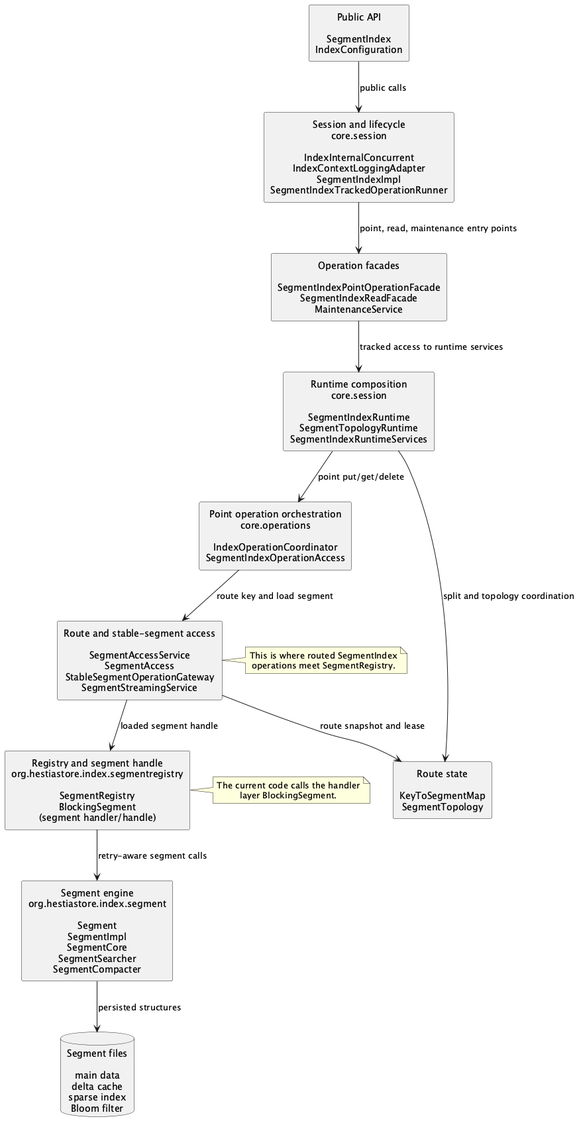
Earlier version of the PlantUML export docs/architecture/segmentindex/images/implementation-layers.png (jajir/HestiaStore).
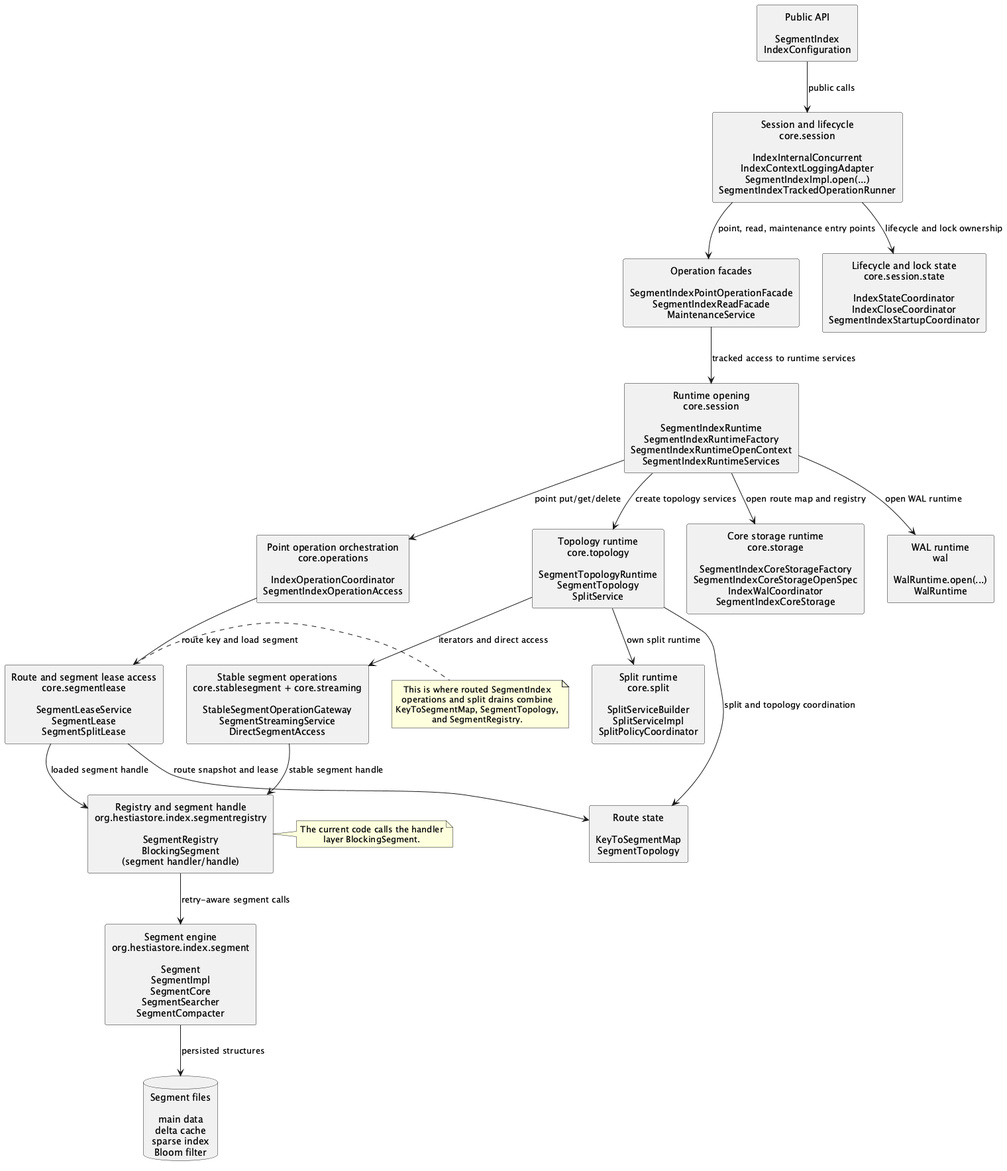
After the commit.

Diff of the diagram source:
```diff
@@ -1,4 +1,4 @@
-@startuml
+@startuml implementation-layers
 skinparam componentStyle rectangle
 skinparam shadowing false
 skinparam defaultTextAlignment center
@@ -6,15 +6,27 @@
 
 component "Public API\n\nSegmentIndex\nIndexConfiguration" as API
 
-component "Session and lifecycle\ncore.session\n\nIndexInternalConcurrent\nIndexContextLoggingAdapter\nSegmentIndexImpl\nSegmentIndexTrackedOperationRunner" as SESSION
+component "Session and lifecycle\ncore.session\n\nIndexInternalConcurrent\nIndexContextLoggingAdapter\nSegmentIndexImpl.open(...)\nSegmentIndexTrackedOperationRunner" as SESSION
+
+component "Lifecycle and lock state\ncore.session.state\n\nIndexStateCoordinator\nIndexCloseCoordinator\nSegmentIndexStartupCoordinator" as SESSION_STATE
 
 component "Operation facades\n\nSegmentIndexPointOperationFacade\nSegmentIndexReadFacade\nMaintenanceService" as FACADES
 
-component "Runtime composition\ncore.session\n\nSegmentIndexRuntime\nSegmentTopologyRuntime\nSegmentIndexRuntimeServices" as RUNTIME
+component "Runtime opening\ncore.session\n\nSegmentIndexRuntime\nSegmentIndexRuntimeFactory\nSegmentIndexRuntimeOpenContext\nSegmentIndexRuntimeServices" as RUNTIME
+
+component "Topology runtime\ncore.topology\n\nSegmentTopologyRuntime\nSegmentTopology\nSplitService" as TOPOLOGY_RUNTIME
+
+component "Core storage runtime\ncore.storage\n\nSegmentIndexCoreStorageFactory\nSegmentIndexCoreStorageOpenSpec\nIndexWalCoordinator\nSegmentIndexCoreStorage" as CORE_STORAGE
+
+component "Split runtime\ncore.split\n\nSplitServiceBuilder\nSplitServiceImpl\nSplitPolicyCoordinator" as SPLIT_RUNTIME
+
+component "WAL runtime\nwal\n\nWalRuntime.open(...)\nWalRuntime" as WAL_RUNTIME
 
 component "Point operation orchestration\ncore.operations\n\nIndexOperationCoordinator\nSegmentIndexOperationAccess" as OPERATIONS
 
-component "Route and stable-segment access\n\nSegmentAccessService\nSegmentAccess\nStableSegmentOperationGateway\nSegmentStreamingService" as ACCESS
+component "Route and segment lease access\ncore.segmentlease\n\nSegmentLeaseService\nSegmentLease\nSegmentSplitLease" as ACCESS
+
+component "Stable segment operations\ncore.stablesegment + core.streaming\n\nStableSegmentOperationGateway\nSegmentStreamingService\nDirectSegmentAccess" as STABLE_ACCESS
 
 component "Route state\n\nKeyToSegmentMap\nSegmentTopology" as ROUTE
 
@@ -25,20 +37,29 @@
 database "Segment files\n\nmain data\ndelta cache\nsparse index\nBloom filter" as FILES
 
 API --> SESSION : public calls
+SESSION --> SESSION_STATE : lifecycle and lock ownership
 SESSION --> FACADES : point, read, maintenance entry points
 FACADES --> RUNTIME : tracked access to runtime services
+RUNTIME --> CORE_STORAGE : open route map and registry
+RUNTIME --> TOPOLOGY_RUNTIME : create topology services
+TOPOLOGY_RUNTIME --> SPLIT_RUNTIME : own split runtime
+RUNTIME --> WAL_RUNTIME : open WAL runtime
 RUNTIME --> OPERATIONS : point put/get/delete
 OPERATIONS --> ACCESS : route key and load segment
+TOPOLOGY_RUNTIME --> STABLE_ACCESS : iterators and direct access
 ACCESS --> REGISTRY : loaded segment handle
+STABLE_ACCESS --> REGISTRY : stable segment handle
 REGISTRY --> SEGMENT : retry-aware segment calls
 SEGMENT --> FILES : persisted structures
 
 ACCESS --> ROUTE : route snapshot and lease
-RUNTIME --> ROUTE : split and topology coordination
+TOPOLOGY_RUNTIME --> ROUTE : split and topology coordination
 
 note right of ACCESS
 This is where routed SegmentIndex
-operations meet SegmentRegistry.
+operations and split drains combine
+KeyToSegmentMap, SegmentTopology,
+and SegmentRegistry.
 end note
 
 note right of REGISTRY
```
